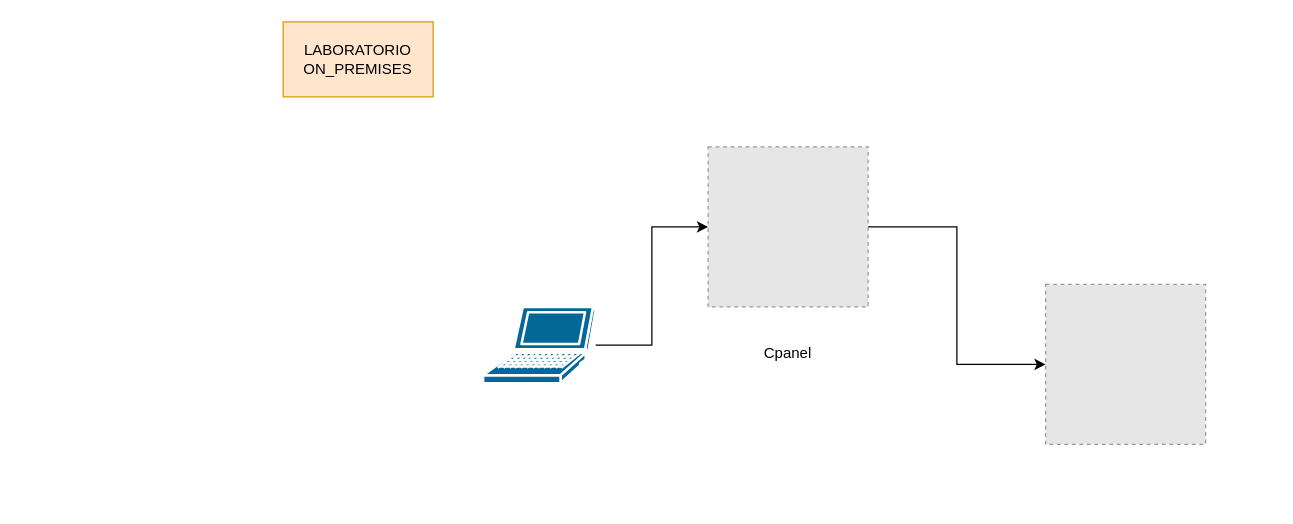
Before: page "diagra_back" (4 of 4) of Diagrama sin título.drawio in brayanmar/diagrama_escorting, a draw.io diagram. Source tidied: cells renumbered, new cells numbered last; positions are measured from the earlier drawing's top-left corner, leaving out a move shared by most shapes. Both pictures are drawn from the tidied source at 125%, with x=0, y=0 at pixel (282, 21). Pictures stored in the file or linked from it are replaced by grey dashed boxes.
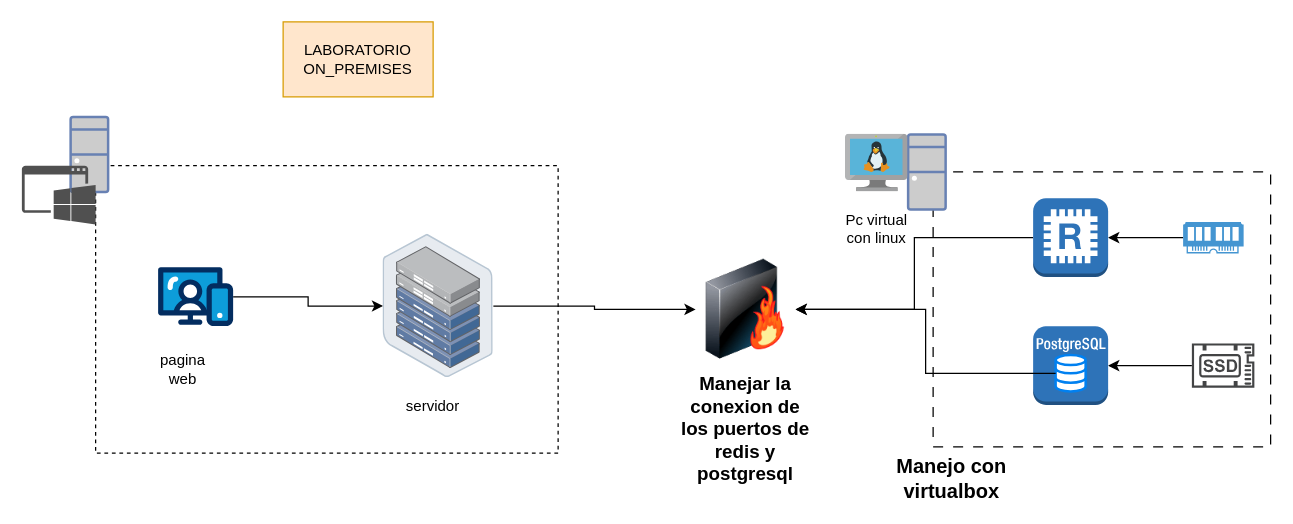
The same diagram, later.

Change to the diagram source:
```diff
@@
-    <mxCell id="2" style="edgeStyle=orthogonalEdgeStyle;rounded=0;jettySize=auto;html=1;" parent="1" edge="1" source="3" target="7">
-      <mxGeometry relative="1" as="geometry" />
-    </mxCell>
-    <mxCell id="3" style="shape=mxgraph.cisco.computers_and_peripherals.laptop;html=1;dashed=0;fillColor=#036897;strokeColor=#ffffff;strokeWidth=2;verticalLabelPosition=bottom;verticalAlign=top;align=center;outlineConnect=0;" parent="1" vertex="1">
-      <mxGeometry x="160" y="228" width="90" height="61" as="geometry" />
-    </mxCell>
-    <mxCell id="4" style="fillColor=#E6E6E6;strokeColor=#999999;dashed=1;html=1;verticalAlign=top;verticalLabelPosition=bottom;labelBackgroundColor=#ffffff;" parent="1" vertex="1">
-      <mxGeometry x="610" y="210" width="128" height="128" as="geometry" />
-    </mxCell>
+    <mxCell id="9" style="rounded=0;whiteSpace=wrap;html=1;dashed=1;dashPattern=8 8;" parent="1" vertex="1">
+      <mxGeometry x="520" y="120" width="270" height="220" as="geometry" />
+    </mxCell>
@@
-    <mxCell id="6" style="edgeStyle=orthogonalEdgeStyle;rounded=0;jettySize=auto;html=1;" parent="1" edge="1" source="7" target="4">
-      <mxGeometry relative="1" as="geometry" />
-    </mxCell>
-    <mxCell id="7" style="fillColor=#E6E6E6;strokeColor=#999999;dashed=1;html=1;verticalAlign=top;verticalLabelPosition=bottom;labelBackgroundColor=#ffffff;" parent="1" vertex="1">
-      <mxGeometry x="340" y="100" width="128" height="128" as="geometry" />
-    </mxCell>
-    <mxCell id="8" value="Cpanel" style="text;html=1;align=center;verticalAlign=middle;whiteSpace=wrap;rounded=0;" parent="1" vertex="1">
-      <mxGeometry x="374" y="250" width="60" height="30" as="geometry" />
-    </mxCell>
+    <mxCell id="10" style="fontColor=#0066CC;verticalAlign=top;verticalLabelPosition=bottom;labelPosition=center;align=center;html=1;fillColor=#CCCCCC;strokeColor=#6881B3;gradientColor=none;gradientDirection=north;strokeWidth=2;shape=mxgraph.networks.desktop_pc;" parent="1" vertex="1">
+      <mxGeometry x="500" y="90" width="30" height="60" as="geometry" />
+    </mxCell>
+    <mxCell id="11" style="image;html=1;image=img/lib/clip_art/networking/Firewall-page1_128x128.png;" parent="1" vertex="1">
+      <mxGeometry x="330" y="190" width="80" height="80" as="geometry" />
+    </mxCell>
+    <mxCell id="12" value="&lt;b&gt;&lt;font style=&quot;font-size: 16px;&quot;&gt;Manejo con virtualbox&lt;/font&gt;&lt;/b&gt;" style="text;html=1;align=center;verticalAlign=middle;whiteSpace=wrap;rounded=0;" parent="1" vertex="1">
+      <mxGeometry x="490" y="350" width="90" height="30" as="geometry" />
+    </mxCell>
+    <mxCell id="13" value="Pc virtual&lt;br&gt;con linux&lt;div&gt;&lt;br/&gt;&lt;/div&gt;" style="text;html=1;align=center;verticalAlign=middle;whiteSpace=wrap;rounded=0;" parent="1" vertex="1">
+      <mxGeometry x="445" y="157.6" width="60" height="30" as="geometry" />
+    </mxCell>
+    <mxCell id="14" style="edgeStyle=orthogonalEdgeStyle;rounded=0;jettySize=auto;html=1;" parent="1" edge="1" source="15" target="17">
+      <mxGeometry relative="1" as="geometry" />
+    </mxCell>
+    <mxCell id="15" style="sketch=0;shadow=0;dashed=0;html=1;strokeColor=none;fillColor=#434445;labelPosition=center;verticalLabelPosition=bottom;verticalAlign=top;align=center;outlineConnect=0;shape=mxgraph.vvd.ssd;" parent="1" vertex="1">
+      <mxGeometry x="727" y="257.2" width="50" height="35.5" as="geometry" />
+    </mxCell>
+    <mxCell id="16" style="group;" parent="1" vertex="1">
+      <mxGeometry x="600" y="243.5" width="60" height="63" as="geometry" />
+    </mxCell>
+    <mxCell id="17" style="outlineConnect=0;dashed=0;verticalLabelPosition=bottom;verticalAlign=top;align=center;html=1;shape=mxgraph.aws3.postgre_sql_instance;fillColor=#2E73B8;gradientColor=none;" parent="16" vertex="1">
+      <mxGeometry width="60" height="63" as="geometry" />
+    </mxCell>
+    <mxCell id="18" style="html=1;verticalLabelPosition=bottom;align=center;labelBackgroundColor=#ffffff;verticalAlign=top;strokeWidth=2;strokeColor=#0080F0;shadow=0;dashed=0;shape=mxgraph.ios7.icons.data;" parent="16" vertex="1">
+      <mxGeometry x="18" y="23" width="24" height="29.1" as="geometry" />
+    </mxCell>
+    <mxCell id="19" style="edgeStyle=orthogonalEdgeStyle;rounded=0;jettySize=auto;html=1;" parent="1" edge="1" source="20" target="11">
+      <mxGeometry relative="1" as="geometry" />
+    </mxCell>
+    <mxCell id="20" style="outlineConnect=0;dashed=0;verticalLabelPosition=bottom;verticalAlign=top;align=center;html=1;shape=mxgraph.aws3.redis;fillColor=#2E73B8;gradientColor=none;" parent="1" vertex="1">
+      <mxGeometry x="600" y="141.1" width="60" height="63" as="geometry" />
+    </mxCell>
+    <mxCell id="21" style="edgeStyle=orthogonalEdgeStyle;rounded=0;jettySize=auto;html=1;" parent="1" edge="1" source="22" target="20">
+      <mxGeometry relative="1" as="geometry" />
+    </mxCell>
+    <mxCell id="22" style="shadow=0;dashed=0;html=1;strokeColor=none;fillColor=#4495D1;labelPosition=center;verticalLabelPosition=bottom;verticalAlign=top;align=center;outlineConnect=0;shape=mxgraph.veeam.ram;" parent="1" vertex="1">
+      <mxGeometry x="720" y="160" width="48.4" height="25.2" as="geometry" />
+    </mxCell>
+    <mxCell id="23" style="image;sketch=0;html=1;align=center;fontSize=12;image=img/lib/mscae/VM_Linux.svg;" parent="1" vertex="1">
+      <mxGeometry x="450" y="90" width="50" height="46" as="geometry" />
+    </mxCell>
+    <mxCell id="24" style="rounded=0;whiteSpace=wrap;html=1;dashed=1;" parent="1" vertex="1">
+      <mxGeometry x="-150" y="115" width="370" height="230" as="geometry" />
+    </mxCell>
+    <mxCell id="25" value="&lt;b&gt;&lt;font style=&quot;font-size: 15px;&quot;&gt;Manejar la conexion de los puertos de redis y postgresql&lt;/font&gt;&lt;/b&gt;" style="text;html=1;align=center;verticalAlign=middle;whiteSpace=wrap;rounded=0;" parent="1" vertex="1">
+      <mxGeometry x="315" y="310" width="110" height="30" as="geometry" />
+    </mxCell>
+    <mxCell id="26" style="fontColor=#0066CC;verticalAlign=top;verticalLabelPosition=bottom;labelPosition=center;align=center;html=1;fillColor=#CCCCCC;strokeColor=#6881B3;gradientColor=none;gradientDirection=north;strokeWidth=2;shape=mxgraph.networks.desktop_pc;" parent="1" vertex="1">
+      <mxGeometry x="-170" y="76" width="30" height="60" as="geometry" />
+    </mxCell>
+    <mxCell id="27" style="sketch=0;shadow=0;dashed=0;html=1;strokeColor=none;fillColor=#505050;labelPosition=center;verticalLabelPosition=bottom;verticalAlign=top;align=center;shape=mxgraph.office.concepts.application_windows;" parent="1" vertex="1">
+      <mxGeometry x="-209" y="115" width="59" height="47" as="geometry" />
+    </mxCell>
+    <mxCell id="28" style="edgeStyle=orthogonalEdgeStyle;rounded=0;jettySize=auto;html=1;" parent="1" edge="1" source="29" target="31">
+      <mxGeometry relative="1" as="geometry" />
+    </mxCell>
+    <mxCell id="29" style="verticalLabelPosition=bottom;html=1;shape=mxgraph.salesforce.web;" parent="1" vertex="1">
+      <mxGeometry x="-100" y="196.1" width="60" height="47.4" as="geometry" />
+    </mxCell>
+    <mxCell id="30" style="edgeStyle=orthogonalEdgeStyle;rounded=0;jettySize=auto;html=1;" parent="1" edge="1" source="31" target="11">
+      <mxGeometry relative="1" as="geometry" />
+    </mxCell>
+    <mxCell id="31" style="image;points=[];html=1;align=center;shadow=0;dashed=0;image=img/lib/allied_telesis/storage/Datacenter_Server_Half_Rack_ToR.svg;" parent="1" vertex="1">
+      <mxGeometry x="80" y="170" width="88.2" height="114.6" as="geometry" />
+    </mxCell>
+    <mxCell id="32" style="edgeStyle=orthogonalEdgeStyle;rounded=0;jettySize=auto;html=1;" parent="1" edge="1" source="18" target="11">
+      <mxGeometry relative="1" as="geometry" />
+    </mxCell>
+    <mxCell id="33" value="pagina web" style="text;html=1;align=center;verticalAlign=middle;whiteSpace=wrap;rounded=0;" parent="1" vertex="1">
+      <mxGeometry x="-110" y="262.8" width="60" height="30" as="geometry" />
+    </mxCell>
+    <mxCell id="34" value="servidor" style="text;html=1;align=center;verticalAlign=middle;whiteSpace=wrap;rounded=0;" parent="1" vertex="1">
+      <mxGeometry x="90" y="292.8" width="60" height="30" as="geometry" />
+    </mxCell>
```
